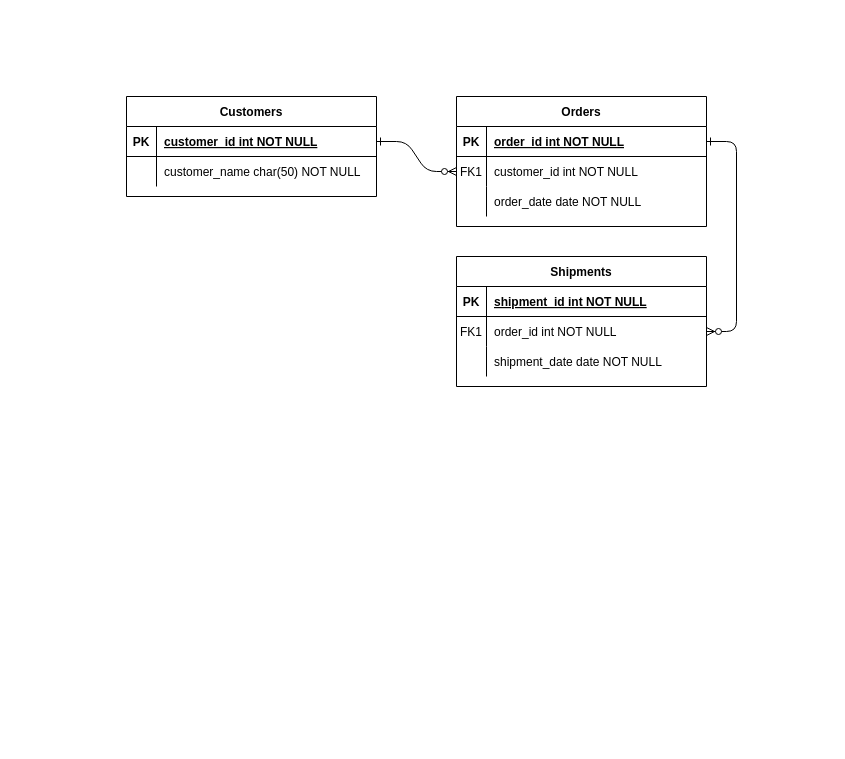
The draw.io diagram page "TAREA 1" (1 of 2) of Diagrama sin título.drawio in FiorelaClarz/Laboratorio-2---EDA, before the edit. Source tidied: cells renumbered, new cells numbered last; positions are measured from the earlier drawing's top-left corner, leaving out a move shared by most shapes. Both pictures are drawn from the tidied source at 100%, with x=0, y=0 at pixel (126, 96).
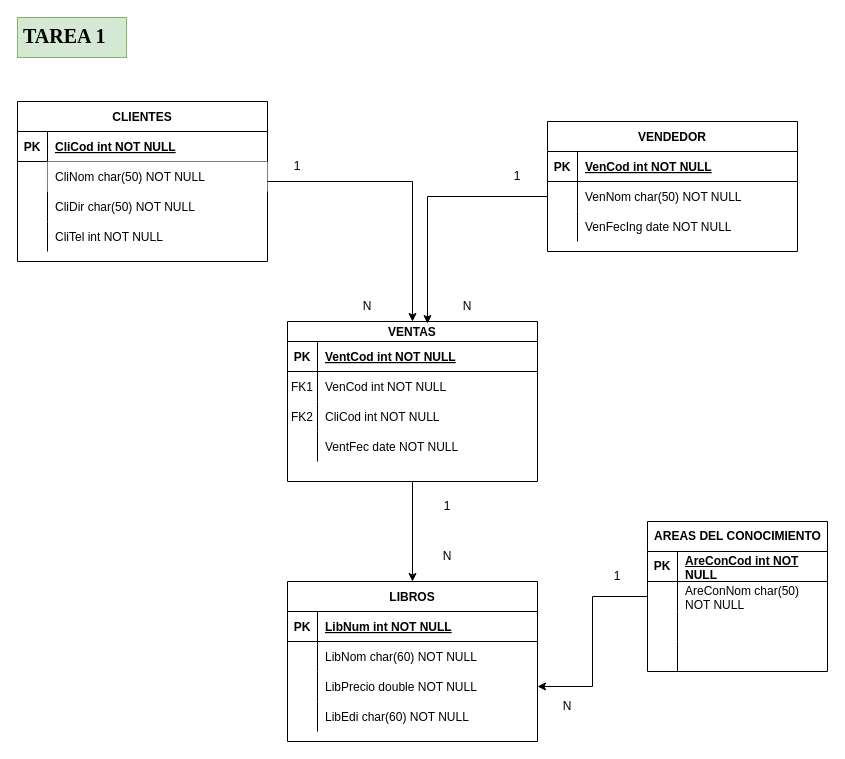
Above is the later version.

The change refers to these unchanged cells:
```xml
<mxCell id="5" style="shape=partialRectangle;fillColor=none;points=[[0,0.5],[1,0.5]];portConstraint=eastwest;top=0;left=0;right=0;bottom=1;" parent="4" vertex="1">
  <mxGeometry y="30" width="250" height="30" as="geometry" />
</mxCell>
<mxCell id="8" style="shape=partialRectangle;fillColor=none;points=[[0,0.5],[1,0.5]];portConstraint=eastwest;top=0;left=0;right=0;bottom=0;" parent="4" vertex="1">
  <mxGeometry y="60" width="250" height="30" as="geometry" />
</mxCell>
<mxCell id="11" style="shape=partialRectangle;fillColor=none;top=0;left=0;right=0;bottom=0;" parent="4" vertex="1">
  <mxGeometry y="90" width="250" height="30" as="geometry" />
</mxCell>
<mxCell id="25" style="shape=partialRectangle;fillColor=none;points=[[0,0.5],[1,0.5]];portConstraint=eastwest;top=0;left=0;right=0;bottom=1;" parent="24" vertex="1">
  <mxGeometry y="30" width="250" height="30" as="geometry" />
</mxCell>
```

What changed in the source:
```diff
@@
-    <mxCell id="2" style="edgeStyle=entityRelationEdgeStyle;endArrow=ERzeroToMany;startArrow=ERone;endFill=1;startFill=0;" parent="1" edge="1" source="25" target="8">
-      <mxGeometry relative="1" as="geometry" />
-    </mxCell>
-    <mxCell id="3" style="edgeStyle=entityRelationEdgeStyle;endArrow=ERzeroToMany;startArrow=ERone;endFill=1;startFill=0;" parent="1" edge="1" source="5" target="18">
-      <mxGeometry relative="1" as="geometry" />
-    </mxCell>
-    <mxCell id="4" value="Orders" style="shape=table;startSize=30;childLayout=tableLayout;rowLines=0;fontStyle=1;align=center;" parent="1" vertex="1">
-      <mxGeometry x="330" width="250" height="130" as="geometry" />
+    <mxCell id="4" value="VENDEDOR" style="shape=table;startSize=30;childLayout=tableLayout;rowLines=0;fontStyle=1;align=center;" parent="1" vertex="1">
+      <mxGeometry x="421" y="25" width="250" height="130" as="geometry" />
     </mxCell>
@@
-    <mxCell id="7" value="order_id int NOT NULL " style="shape=partialRectangle;overflow=hidden;fillColor=none;top=0;left=0;bottom=0;right=0;align=left;spacingLeft=6;fontStyle=5;" parent="5" vertex="1">
+    <mxCell id="7" value="VenCod int NOT NULL" style="shape=partialRectangle;overflow=hidden;fillColor=none;top=0;left=0;bottom=0;right=0;align=left;spacingLeft=6;fontStyle=5;" parent="5" vertex="1">
       <mxGeometry x="30" width="220" height="30" as="geometry" />
     </mxCell>
@@
-    <mxCell id="9" value="FK1" style="shape=partialRectangle;overflow=hidden;fillColor=none;top=0;left=0;bottom=0;right=0;" parent="8" vertex="1">
+    <mxCell id="9" style="shape=partialRectangle;overflow=hidden;fillColor=none;top=0;left=0;bottom=0;right=0;" parent="8" vertex="1">
       <mxGeometry width="30" height="30" as="geometry" />
     </mxCell>
-    <mxCell id="10" value="customer_id int NOT NULL" style="shape=partialRectangle;overflow=hidden;fillColor=none;top=0;left=0;bottom=0;right=0;align=left;spacingLeft=6;" parent="8" vertex="1">
+    <mxCell id="10" value="VenNom char(50) NOT NULL" style="shape=partialRectangle;overflow=hidden;fillColor=none;top=0;left=0;bottom=0;right=0;align=left;spacingLeft=6;" parent="8" vertex="1">
       <mxGeometry x="30" width="220" height="30" as="geometry" />
     </mxCell>
@@
-    <mxCell id="13" value="order_date date NOT NULL" style="shape=partialRectangle;overflow=hidden;fillColor=none;top=0;left=0;bottom=0;right=0;align=left;spacingLeft=6;" parent="11" vertex="1">
+    <mxCell id="13" value="VenFecIng date NOT NULL" style="shape=partialRectangle;overflow=hidden;fillColor=none;top=0;left=0;bottom=0;right=0;align=left;spacingLeft=6;" parent="11" vertex="1">
       <mxGeometry x="30" width="220" height="30" as="geometry" />
     </mxCell>
+    <mxCell id="31" style="edgeStyle=orthogonalEdgeStyle;rounded=0;jettySize=auto;html=1;" parent="1" edge="1" source="14" target="41">
+      <mxGeometry relative="1" as="geometry" />
+    </mxCell>
-    <mxCell id="14" value="Shipments" style="shape=table;startSize=30;childLayout=tableLayout;rowLines=0;fontStyle=1;align=center;" parent="1" vertex="1">
-      <mxGeometry x="330" y="160" width="250" height="130" as="geometry" />
+    <mxCell id="14" value="VENTAS" style="shape=table;startSize=20;childLayout=tableLayout;rowLines=0;fontStyle=1;align=center;" parent="1" vertex="1">
+      <mxGeometry x="161" y="225" width="250" height="160" as="geometry" />
     </mxCell>
     <mxCell id="15" style="shape=partialRectangle;fillColor=none;top=0;left=0;right=0;bottom=1;" parent="14" vertex="1">
-      <mxGeometry y="30" width="250" height="30" as="geometry" />
+      <mxGeometry y="20" width="250" height="30" as="geometry" />
     </mxCell>
@@
-    <mxCell id="17" value="shipment_id int NOT NULL " style="shape=partialRectangle;overflow=hidden;fillColor=none;top=0;left=0;bottom=0;right=0;align=left;spacingLeft=6;fontStyle=5;" parent="15" vertex="1">
+    <mxCell id="17" value="VentCod int NOT NULL" style="shape=partialRectangle;overflow=hidden;fillColor=none;top=0;left=0;bottom=0;right=0;align=left;spacingLeft=6;fontStyle=5;" parent="15" vertex="1">
       <mxGeometry x="30" width="220" height="30" as="geometry" />
     </mxCell>
     <mxCell id="18" style="shape=partialRectangle;fillColor=none;points=[[0,0.5],[1,0.5]];portConstraint=eastwest;top=0;left=0;right=0;bottom=0;" parent="14" vertex="1">
-      <mxGeometry y="60" width="250" height="30" as="geometry" />
+      <mxGeometry y="50" width="250" height="30" as="geometry" />
     </mxCell>
@@
-    <mxCell id="20" value="order_id int NOT NULL" style="shape=partialRectangle;overflow=hidden;fillColor=none;top=0;left=0;bottom=0;right=0;align=left;spacingLeft=6;" parent="18" vertex="1">
+    <mxCell id="20" value="VenCod int NOT NULL" style="shape=partialRectangle;overflow=hidden;fillColor=none;top=0;left=0;bottom=0;right=0;align=left;spacingLeft=6;" parent="18" vertex="1">
       <mxGeometry x="30" width="220" height="30" as="geometry" />
     </mxCell>
     <mxCell id="21" style="shape=partialRectangle;fillColor=none;top=0;left=0;right=0;bottom=0;" parent="14" vertex="1">
-      <mxGeometry y="90" width="250" height="30" as="geometry" />
+      <mxGeometry y="80" width="250" height="30" as="geometry" />
     </mxCell>
-    <mxCell id="22" style="shape=partialRectangle;overflow=hidden;fillColor=none;top=0;left=0;bottom=0;right=0;" parent="21" vertex="1">
+    <mxCell id="22" value="FK2" style="shape=partialRectangle;overflow=hidden;fillColor=none;top=0;left=0;bottom=0;right=0;" parent="21" vertex="1">
       <mxGeometry width="30" height="30" as="geometry" />
     </mxCell>
-    <mxCell id="23" value="shipment_date date NOT NULL" style="shape=partialRectangle;overflow=hidden;fillColor=none;top=0;left=0;bottom=0;right=0;align=left;spacingLeft=6;" parent="21" vertex="1">
+    <mxCell id="23" value="CliCod int NOT NULL" style="shape=partialRectangle;overflow=hidden;fillColor=none;top=0;left=0;bottom=0;right=0;align=left;spacingLeft=6;" parent="21" vertex="1">
       <mxGeometry x="30" width="220" height="30" as="geometry" />
     </mxCell>
+    <mxCell id="32" style="shape=partialRectangle;fillColor=none;top=0;left=0;right=0;bottom=0;" parent="14" vertex="1">
+      <mxGeometry y="110" width="250" height="30" as="geometry" />
+    </mxCell>
+    <mxCell id="33" style="shape=partialRectangle;overflow=hidden;fillColor=none;top=0;left=0;bottom=0;right=0;" parent="32" vertex="1">
+      <mxGeometry width="30" height="30" as="geometry" />
+    </mxCell>
+    <mxCell id="34" value="VentFec date NOT NULL" style="shape=partialRectangle;overflow=hidden;fillColor=none;top=0;left=0;bottom=0;right=0;align=left;spacingLeft=6;" parent="32" vertex="1">
+      <mxGeometry x="30" width="220" height="30" as="geometry" />
+    </mxCell>
-    <mxCell id="24" value="Customers" style="shape=table;startSize=30;childLayout=tableLayout;rowLines=0;fontStyle=1;align=center;" parent="1" vertex="1">
-      <mxGeometry width="250" height="100" as="geometry" />
+    <mxCell id="24" value="CLIENTES" style="shape=table;startSize=30;childLayout=tableLayout;rowLines=0;fontStyle=1;align=center;" parent="1" vertex="1">
+      <mxGeometry x="-109" y="5" width="250" height="160" as="geometry" />
     </mxCell>
@@
-    <mxCell id="27" value="customer_id int NOT NULL " style="shape=partialRectangle;overflow=hidden;fillColor=none;top=0;left=0;bottom=0;right=0;align=left;spacingLeft=6;fontStyle=5;" parent="25" vertex="1">
+    <mxCell id="27" value="CliCod int NOT NULL" style="shape=partialRectangle;overflow=hidden;fillColor=none;top=0;left=0;bottom=0;right=0;align=left;spacingLeft=6;fontStyle=5;" parent="25" vertex="1">
       <mxGeometry x="30" width="220" height="30" as="geometry" />
     </mxCell>
+    <mxCell id="35" style="shape=partialRectangle;fillColor=none;top=0;left=0;right=0;bottom=0;" parent="24" vertex="1">
+      <mxGeometry y="60" width="250" height="30" as="geometry" />
+    </mxCell>
+    <mxCell id="36" style="shape=partialRectangle;overflow=hidden;fillColor=none;top=0;left=0;bottom=0;right=0;" parent="35" vertex="1">
+      <mxGeometry width="30" height="30" as="geometry" />
+    </mxCell>
+    <mxCell id="37" value="CliNom char(50) NOT NULL" style="shape=partialRectangle;overflow=hidden;top=0;left=0;bottom=0;right=0;align=left;spacingLeft=6;" parent="35" vertex="1">
+      <mxGeometry x="30" width="220" height="30" as="geometry" />
+    </mxCell>
     <mxCell id="28" style="shape=partialRectangle;fillColor=none;top=0;left=0;right=0;bottom=0;" parent="24" vertex="1">
-      <mxGeometry y="60" width="250" height="30" as="geometry" />
+      <mxGeometry y="90" width="250" height="30" as="geometry" />
     </mxCell>
@@
-    <mxCell id="30" value="customer_name char(50) NOT NULL" style="shape=partialRectangle;overflow=hidden;fillColor=none;top=0;left=0;bottom=0;right=0;align=left;spacingLeft=6;" parent="28" vertex="1">
+    <mxCell id="30" value="CliDir char(50) NOT NULL" style="shape=partialRectangle;overflow=hidden;fillColor=none;top=0;left=0;bottom=0;right=0;align=left;spacingLeft=6;" parent="28" vertex="1">
       <mxGeometry x="30" width="220" height="30" as="geometry" />
     </mxCell>
+    <mxCell id="38" style="shape=partialRectangle;fillColor=none;top=0;left=0;right=0;bottom=0;" parent="24" vertex="1">
+      <mxGeometry y="120" width="250" height="30" as="geometry" />
+    </mxCell>
+    <mxCell id="39" style="shape=partialRectangle;overflow=hidden;fillColor=none;top=0;left=0;bottom=0;right=0;" parent="38" vertex="1">
+      <mxGeometry width="30" height="30" as="geometry" />
+    </mxCell>
+    <mxCell id="40" value="CliTel int NOT NULL" style="shape=partialRectangle;overflow=hidden;fillColor=none;top=0;left=0;bottom=0;right=0;align=left;spacingLeft=6;" parent="38" vertex="1">
+      <mxGeometry x="30" width="220" height="30" as="geometry" />
+    </mxCell>
+    <mxCell id="41" value="LIBROS" style="shape=table;startSize=30;childLayout=tableLayout;rowLines=0;fontStyle=1;align=center;" parent="1" vertex="1">
+      <mxGeometry x="161" y="485" width="250" height="160" as="geometry" />
+    </mxCell>
+    <mxCell id="42" style="shape=partialRectangle;fillColor=none;top=0;left=0;right=0;bottom=1;" parent="41" vertex="1">
+      <mxGeometry y="30" width="250" height="30" as="geometry" />
+    </mxCell>
+    <mxCell id="43" value="PK" style="shape=partialRectangle;overflow=hidden;fillColor=none;top=0;left=0;bottom=0;right=0;fontStyle=1;" parent="42" vertex="1">
+      <mxGeometry width="30" height="30" as="geometry" />
+    </mxCell>
+    <mxCell id="44" value="LibNum int NOT NULL" style="shape=partialRectangle;overflow=hidden;fillColor=none;top=0;left=0;bottom=0;right=0;align=left;spacingLeft=6;fontStyle=5;" parent="42" vertex="1">
+      <mxGeometry x="30" width="220" height="30" as="geometry" />
+    </mxCell>
+    <mxCell id="45" style="shape=partialRectangle;fillColor=none;top=0;left=0;right=0;bottom=0;" parent="41" vertex="1">
+      <mxGeometry y="60" width="250" height="30" as="geometry" />
+    </mxCell>
+    <mxCell id="46" style="shape=partialRectangle;overflow=hidden;fillColor=none;top=0;left=0;bottom=0;right=0;" parent="45" vertex="1">
+      <mxGeometry width="30" height="30" as="geometry" />
+    </mxCell>
+    <mxCell id="47" value="LibNom char(60) NOT NULL" style="shape=partialRectangle;overflow=hidden;fillColor=none;top=0;left=0;bottom=0;right=0;align=left;spacingLeft=6;" parent="45" vertex="1">
+      <mxGeometry x="30" width="220" height="30" as="geometry" />
+    </mxCell>
+    <mxCell id="48" style="shape=partialRectangle;fillColor=none;points=[[0,0.5],[1,0.5]];portConstraint=eastwest;top=0;left=0;right=0;bottom=0;" parent="41" vertex="1">
+      <mxGeometry y="90" width="250" height="30" as="geometry" />
+    </mxCell>
+    <mxCell id="49" style="shape=partialRectangle;overflow=hidden;fillColor=none;top=0;left=0;bottom=0;right=0;" parent="48" vertex="1">
+      <mxGeometry width="30" height="30" as="geometry" />
+    </mxCell>
+    <mxCell id="50" value="LibPrecio double NOT NULL" style="shape=partialRectangle;overflow=hidden;fillColor=none;top=0;left=0;bottom=0;right=0;align=left;spacingLeft=6;" parent="48" vertex="1">
+      <mxGeometry x="30" width="220" height="30" as="geometry" />
+    </mxCell>
+    <mxCell id="51" style="shape=partialRectangle;fillColor=none;top=0;left=0;right=0;bottom=0;" parent="41" vertex="1">
+      <mxGeometry y="120" width="250" height="30" as="geometry" />
+    </mxCell>
+    <mxCell id="52" style="shape=partialRectangle;overflow=hidden;fillColor=none;top=0;left=0;bottom=0;right=0;" parent="51" vertex="1">
+      <mxGeometry width="30" height="30" as="geometry" />
+    </mxCell>
+    <mxCell id="53" value="LibEdi char(60) NOT NULL" style="shape=partialRectangle;overflow=hidden;fillColor=none;top=0;left=0;bottom=0;right=0;align=left;spacingLeft=6;" parent="51" vertex="1">
+      <mxGeometry x="30" width="220" height="30" as="geometry" />
+    </mxCell>
+    <mxCell id="54" style="edgeStyle=orthogonalEdgeStyle;rounded=0;jettySize=auto;html=1;entryX=0.5;entryY=0;entryDx=0;entryDy=0;" parent="1" edge="1" source="24" target="14">
+      <mxGeometry relative="1" as="geometry" />
+    </mxCell>
+    <mxCell id="55" value="1" style="text;strokeColor=none;align=center;fillColor=none;html=1;verticalAlign=middle;whiteSpace=wrap;rounded=0;" parent="1" vertex="1">
+      <mxGeometry x="141" y="55" width="60" height="30" as="geometry" />
+    </mxCell>
+    <mxCell id="56" value="1" style="text;strokeColor=none;align=center;fillColor=none;html=1;verticalAlign=middle;whiteSpace=wrap;rounded=0;" parent="1" vertex="1">
+      <mxGeometry x="361" y="65" width="60" height="30" as="geometry" />
+    </mxCell>
+    <mxCell id="57" value="1" style="text;strokeColor=none;align=center;fillColor=none;html=1;verticalAlign=middle;whiteSpace=wrap;rounded=0;" parent="1" vertex="1">
+      <mxGeometry x="291" y="395" width="60" height="30" as="geometry" />
+    </mxCell>
+    <mxCell id="58" style="edgeStyle=orthogonalEdgeStyle;rounded=0;jettySize=auto;html=1;entryX=0.56;entryY=0.013;entryDx=0;entryDy=0;entryPerimeter=0;" parent="1" edge="1" source="8" target="14">
+      <mxGeometry relative="1" as="geometry" />
+    </mxCell>
+    <mxCell id="59" value="N" style="text;strokeColor=none;align=center;fillColor=none;html=1;verticalAlign=middle;whiteSpace=wrap;rounded=0;" parent="1" vertex="1">
+      <mxGeometry x="211" y="195" width="60" height="30" as="geometry" />
+    </mxCell>
+    <mxCell id="60" value="N" style="text;strokeColor=none;align=center;fillColor=none;html=1;verticalAlign=middle;whiteSpace=wrap;rounded=0;" parent="1" vertex="1">
+      <mxGeometry x="311" y="195" width="60" height="30" as="geometry" />
+    </mxCell>
+    <mxCell id="61" value="N" style="text;strokeColor=none;align=center;fillColor=none;html=1;verticalAlign=middle;whiteSpace=wrap;rounded=0;" parent="1" vertex="1">
+      <mxGeometry x="291" y="445" width="60" height="30" as="geometry" />
+    </mxCell>
+    <mxCell id="62" value="AREAS DEL CONOCIMIENTO" style="shape=table;startSize=30;childLayout=tableLayout;rowLines=0;fontStyle=1;align=center;html=1;" parent="1" vertex="1">
+      <mxGeometry x="521" y="425" width="180" height="150" as="geometry" />
+    </mxCell>
+    <mxCell id="63" style="shape=tableRow;horizontal=0;startSize=0;swimlaneHead=0;swimlaneBody=0;fillColor=none;top=0;left=0;right=0;bottom=1;" parent="62" vertex="1">
+      <mxGeometry y="30" width="180" height="30" as="geometry" />
+    </mxCell>
+    <mxCell id="64" value="PK" style="shape=partialRectangle;fillColor=none;top=0;left=0;bottom=0;right=0;fontStyle=1;overflow=hidden;whiteSpace=wrap;html=1;" parent="63" vertex="1">
+      <mxGeometry width="30" height="30" as="geometry" />
+    </mxCell>
+    <mxCell id="65" value="AreConCod int NOT NULL" style="shape=partialRectangle;fillColor=none;top=0;left=0;bottom=0;right=0;align=left;spacingLeft=6;fontStyle=5;overflow=hidden;whiteSpace=wrap;html=1;" parent="63" vertex="1">
+      <mxGeometry x="30" width="150" height="30" as="geometry" />
+    </mxCell>
+    <mxCell id="66" style="shape=tableRow;horizontal=0;startSize=0;swimlaneHead=0;swimlaneBody=0;fillColor=none;points=[[0,0.5],[1,0.5]];portConstraint=eastwest;top=0;left=0;right=0;bottom=0;" parent="62" vertex="1">
+      <mxGeometry y="60" width="180" height="30" as="geometry" />
+    </mxCell>
+    <mxCell id="67" style="shape=partialRectangle;fillColor=none;top=0;left=0;bottom=0;right=0;overflow=hidden;whiteSpace=wrap;html=1;" parent="66" vertex="1">
+      <mxGeometry width="30" height="30" as="geometry" />
+    </mxCell>
+    <mxCell id="68" value="AreConNom char(50) NOT NULL" style="shape=partialRectangle;fillColor=none;top=0;left=0;bottom=0;right=0;align=left;spacingLeft=6;overflow=hidden;whiteSpace=wrap;html=1;" parent="66" vertex="1">
+      <mxGeometry x="30" width="150" height="30" as="geometry" />
+    </mxCell>
+    <mxCell id="69" style="shape=tableRow;horizontal=0;startSize=0;swimlaneHead=0;swimlaneBody=0;fillColor=none;top=0;left=0;right=0;bottom=0;" parent="62" vertex="1">
+      <mxGeometry y="90" width="180" height="30" as="geometry" />
+    </mxCell>
+    <mxCell id="70" style="shape=partialRectangle;fillColor=none;top=0;left=0;bottom=0;right=0;overflow=hidden;whiteSpace=wrap;html=1;" parent="69" vertex="1">
+      <mxGeometry width="30" height="30" as="geometry" />
+    </mxCell>
+    <mxCell id="71" style="shape=partialRectangle;fillColor=none;top=0;left=0;bottom=0;right=0;align=left;spacingLeft=6;overflow=hidden;whiteSpace=wrap;html=1;" parent="69" vertex="1">
+      <mxGeometry x="30" width="150" height="30" as="geometry" />
+    </mxCell>
+    <mxCell id="72" style="shape=tableRow;horizontal=0;startSize=0;swimlaneHead=0;swimlaneBody=0;fillColor=none;top=0;left=0;right=0;bottom=0;" parent="62" vertex="1">
+      <mxGeometry y="120" width="180" height="30" as="geometry" />
+    </mxCell>
+    <mxCell id="73" style="shape=partialRectangle;fillColor=none;top=0;left=0;bottom=0;right=0;overflow=hidden;whiteSpace=wrap;html=1;" parent="72" vertex="1">
+      <mxGeometry width="30" height="30" as="geometry" />
+    </mxCell>
+    <mxCell id="74" style="shape=partialRectangle;fillColor=none;top=0;left=0;bottom=0;right=0;align=left;spacingLeft=6;overflow=hidden;whiteSpace=wrap;html=1;" parent="72" vertex="1">
+      <mxGeometry x="30" width="150" height="30" as="geometry" />
+    </mxCell>
+    <mxCell id="75" style="edgeStyle=orthogonalEdgeStyle;rounded=0;jettySize=auto;html=1;exitX=0;exitY=0.5;exitDx=0;exitDy=0;entryX=1;entryY=0.5;entryDx=0;entryDy=0;" parent="1" edge="1" source="66" target="48">
+      <mxGeometry relative="1" as="geometry" />
+    </mxCell>
+    <mxCell id="76" value="N" style="text;strokeColor=none;align=center;fillColor=none;html=1;verticalAlign=middle;whiteSpace=wrap;rounded=0;" parent="1" vertex="1">
+      <mxGeometry x="411" y="595" width="60" height="30" as="geometry" />
+    </mxCell>
+    <mxCell id="77" value="1" style="text;strokeColor=none;align=center;fillColor=none;html=1;verticalAlign=middle;whiteSpace=wrap;rounded=0;" parent="1" vertex="1">
+      <mxGeometry x="461" y="465" width="60" height="30" as="geometry" />
+    </mxCell>
+    <mxCell id="78" value="TAREA 1" style="text;strokeColor=#82b366;fillColor=#d5e8d4;spacingLeft=4;spacingRight=4;overflow=hidden;fontSize=20;whiteSpace=wrap;html=1;fontStyle=1;fontFamily=Times New Roman;" parent="1" vertex="1">
+      <mxGeometry x="-109" y="-79" width="109" height="40" as="geometry" />
+    </mxCell>
```
